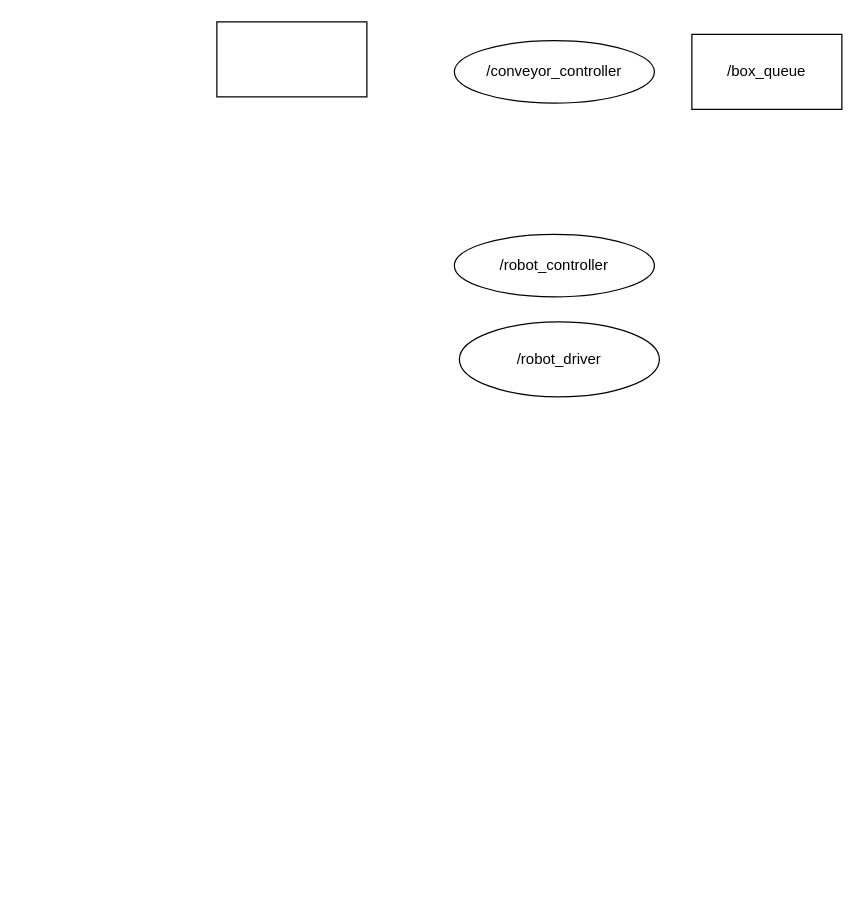
Above: Unavngivet diagram.drawio in MrVolans/MrVolans (draw.io), before the change. Source tidied: cells renumbered, new cells numbered last; positions are measured from the earlier drawing's top-left corner, leaving out a move shared by most shapes. Both pictures are drawn from the tidied source at 125%, with x=0, y=0 at pixel (216, 21).
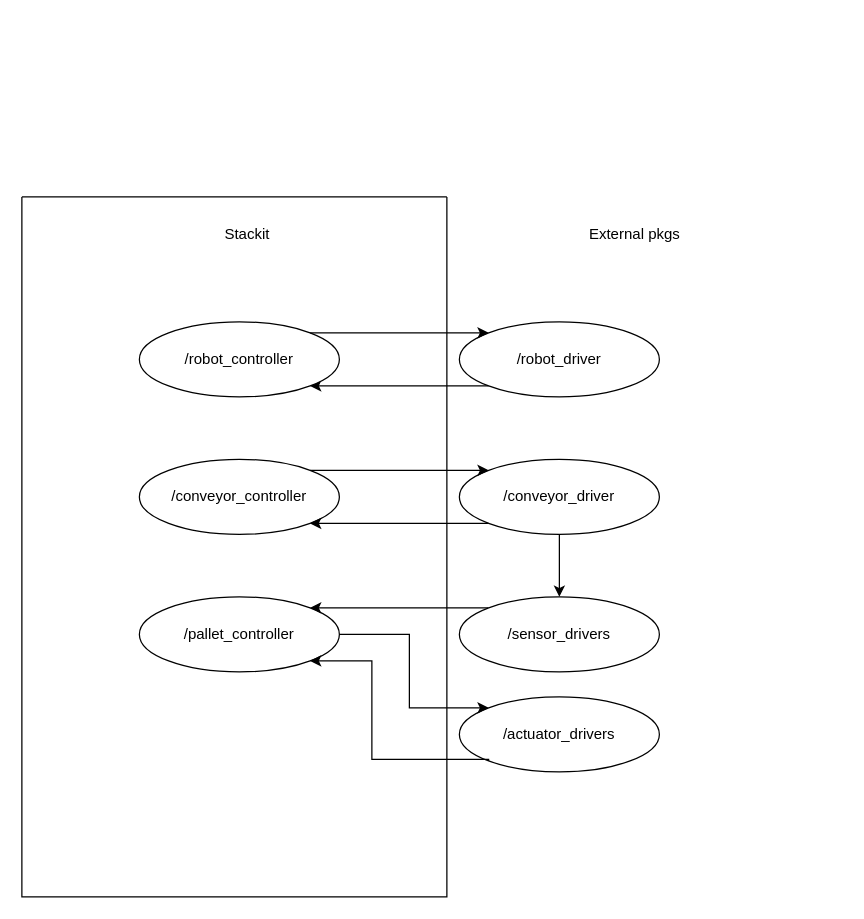
The same diagram, later.

What changed in the source:
```diff
@@
-    <mxCell id="2" value="/box_queue" style="rounded=0;whiteSpace=wrap;html=1;" parent="1" vertex="1">
-      <mxGeometry x="380" y="10" width="120" height="60" as="geometry" />
-    </mxCell>
-    <mxCell id="3" style="rounded=0;whiteSpace=wrap;html=1;" parent="1" vertex="1">
-      <mxGeometry width="120" height="60" as="geometry" />
-    </mxCell>
+    <mxCell id="7" style="edgeStyle=orthogonalEdgeStyle;rounded=0;jettySize=auto;html=1;exitX=0;exitY=1;exitDx=0;exitDy=0;entryX=1;entryY=1;entryDx=0;entryDy=0;" parent="1" edge="1" source="6" target="5">
+      <mxGeometry relative="1" as="geometry" />
+    </mxCell>
+    <mxCell id="6" value="/robot_driver" style="ellipse;whiteSpace=wrap;html=1;" parent="1" vertex="1">
+      <mxGeometry x="194" y="240" width="160" height="60" as="geometry" />
+    </mxCell>
+    <mxCell id="8" style="swimlane;startSize=0;" parent="1" vertex="1">
+      <mxGeometry x="-156" y="140" width="340" height="560" as="geometry" />
+    </mxCell>
+    <mxCell id="5" value="/robot_controller" style="ellipse;whiteSpace=wrap;html=1;" parent="8" vertex="1">
+      <mxGeometry x="94" y="100" width="160" height="60" as="geometry" />
+    </mxCell>
-    <mxCell id="4" value="/conveyor_controller" style="ellipse;whiteSpace=wrap;html=1;" parent="1" vertex="1">
-      <mxGeometry x="190" y="15" width="160" height="50" as="geometry" />
+    <mxCell id="4" value="/conveyor_controller" style="ellipse;whiteSpace=wrap;html=1;" parent="8" vertex="1">
+      <mxGeometry x="94" y="210" width="160" height="60" as="geometry" />
     </mxCell>
-    <mxCell id="5" value="/robot_controller" style="ellipse;whiteSpace=wrap;html=1;" parent="1" vertex="1">
-      <mxGeometry x="190" y="170" width="160" height="50" as="geometry" />
-    </mxCell>
-    <mxCell id="6" value="/robot_driver" style="ellipse;whiteSpace=wrap;html=1;" parent="1" vertex="1">
-      <mxGeometry x="194" y="240" width="160" height="60" as="geometry" />
-    </mxCell>
+    <mxCell id="9" value="/pallet_controller" style="ellipse;whiteSpace=wrap;html=1;" parent="8" vertex="1">
+      <mxGeometry x="94" y="320" width="160" height="60" as="geometry" />
+    </mxCell>
+    <mxCell id="10" value="Stackit" style="text;html=1;align=center;verticalAlign=middle;strokeColor=none;fillColor=none;" parent="1" vertex="1">
+      <mxGeometry x="-6" y="155" width="60" height="30" as="geometry" />
+    </mxCell>
+    <mxCell id="11" style="edgeStyle=orthogonalEdgeStyle;rounded=0;jettySize=auto;html=1;entryX=0;entryY=0;entryDx=0;entryDy=0;exitX=1;exitY=0;exitDx=0;exitDy=0;" parent="1" edge="1" source="5" target="6">
+      <mxGeometry relative="1" as="geometry" />
+    </mxCell>
+    <mxCell id="12" value="External pkgs" style="text;html=1;align=center;verticalAlign=middle;strokeColor=none;fillColor=none;" parent="1" vertex="1">
+      <mxGeometry x="284" y="155" width="100" height="30" as="geometry" />
+    </mxCell>
+    <mxCell id="13" style="edgeStyle=orthogonalEdgeStyle;rounded=0;jettySize=auto;html=1;exitX=0.5;exitY=1;exitDx=0;exitDy=0;entryX=0.5;entryY=0;entryDx=0;entryDy=0;" parent="1" edge="1" source="14" target="21">
+      <mxGeometry relative="1" as="geometry" />
+    </mxCell>
+    <mxCell id="14" value="/conveyor_driver" style="ellipse;whiteSpace=wrap;html=1;" parent="1" vertex="1">
+      <mxGeometry x="194" y="350" width="160" height="60" as="geometry" />
+    </mxCell>
+    <mxCell id="15" style="edgeStyle=orthogonalEdgeStyle;rounded=0;jettySize=auto;html=1;exitX=1;exitY=0;exitDx=0;exitDy=0;entryX=0;entryY=0;entryDx=0;entryDy=0;" parent="1" edge="1" source="4" target="14">
+      <mxGeometry relative="1" as="geometry" />
+    </mxCell>
+    <mxCell id="16" style="edgeStyle=orthogonalEdgeStyle;rounded=0;jettySize=auto;html=1;exitX=0;exitY=1;exitDx=0;exitDy=0;entryX=1;entryY=1;entryDx=0;entryDy=0;" parent="1" edge="1" source="14" target="4">
+      <mxGeometry relative="1" as="geometry" />
+    </mxCell>
+    <mxCell id="17" value="/actuator_drivers" style="ellipse;whiteSpace=wrap;html=1;" parent="1" vertex="1">
+      <mxGeometry x="194" y="540" width="160" height="60" as="geometry" />
+    </mxCell>
+    <mxCell id="18" style="edgeStyle=orthogonalEdgeStyle;rounded=0;jettySize=auto;html=1;exitX=0;exitY=1;exitDx=0;exitDy=0;entryX=1;entryY=1;entryDx=0;entryDy=0;" parent="1" edge="1" source="17" target="9">
+      <mxGeometry relative="1" as="geometry">
+        <Array as="points">
+          <mxPoint x="217" y="590" />
+          <mxPoint x="124" y="590" />
+          <mxPoint x="124" y="511" />
+        </Array>
+      </mxGeometry>
+    </mxCell>
+    <mxCell id="19" style="edgeStyle=orthogonalEdgeStyle;rounded=0;jettySize=auto;html=1;exitX=1;exitY=0.5;exitDx=0;exitDy=0;entryX=0;entryY=0;entryDx=0;entryDy=0;" parent="1" edge="1" source="9" target="17">
+      <mxGeometry relative="1" as="geometry">
+        <Array as="points">
+          <mxPoint x="154" y="490" />
+          <mxPoint x="154" y="549" />
+        </Array>
+      </mxGeometry>
+    </mxCell>
+    <mxCell id="20" style="edgeStyle=orthogonalEdgeStyle;rounded=0;jettySize=auto;html=1;exitX=0;exitY=0;exitDx=0;exitDy=0;entryX=1;entryY=0;entryDx=0;entryDy=0;" parent="1" edge="1" source="21" target="9">
+      <mxGeometry relative="1" as="geometry">
+        <Array as="points">
+          <mxPoint x="124" y="469" />
+          <mxPoint x="124" y="469" />
+        </Array>
+      </mxGeometry>
+    </mxCell>
+    <mxCell id="21" value="/sensor_drivers" style="ellipse;whiteSpace=wrap;html=1;" parent="1" vertex="1">
+      <mxGeometry x="194" y="460" width="160" height="60" as="geometry" />
+    </mxCell>
```
